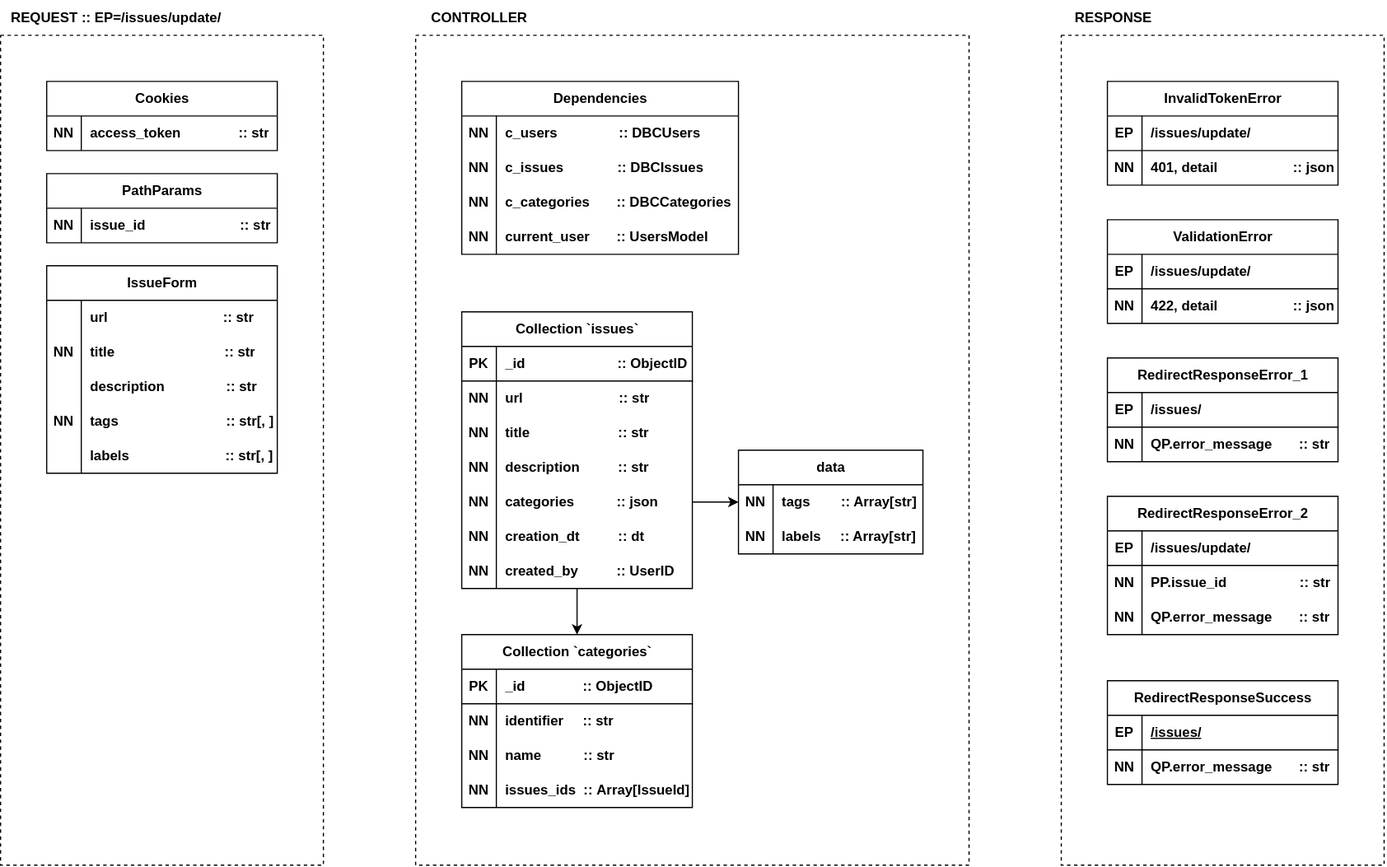
Above: contributors/issues/update/post/Diagram-Update.drawio.svg in ames0k0/Ticket (draw.io), before the change. Source tidied: cells renumbered, new cells last; positions are measured from the earlier drawing's top-left corner, leaving out a move shared by most shapes.
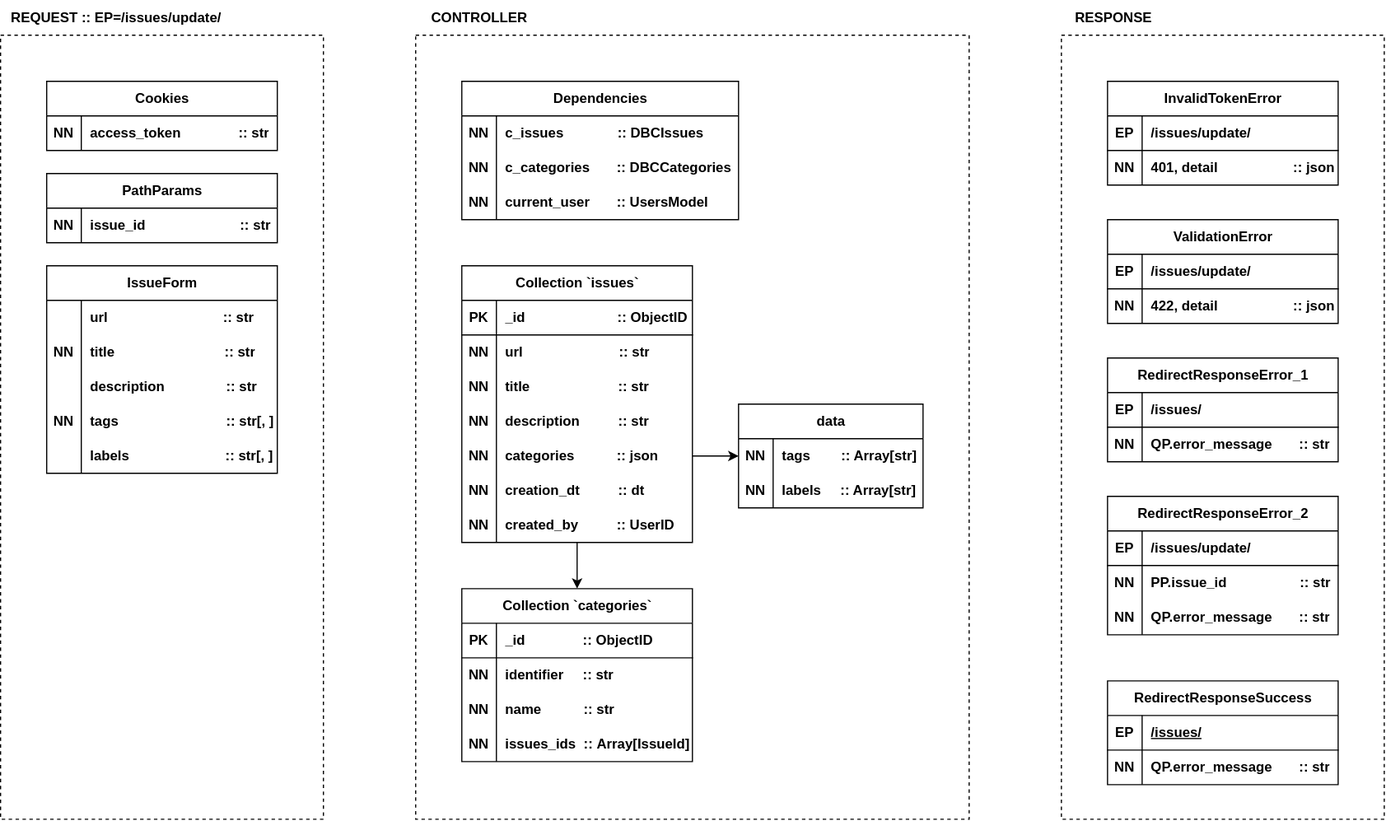
Above is the later version.

Diff of the diagram source:
```diff
@@ -54,7 +54,7 @@
       <mxGeometry relative="1" as="geometry" />
     </mxCell>
     <mxCell id="19" value="Collection `issues`" style="shape=table;startSize=30;rowLines=0;fontStyle=1;align=center;html=1;" parent="1" vertex="1">
-      <mxGeometry x="400" y="270" width="200" height="240" as="geometry" />
+      <mxGeometry x="400" y="230" width="200" height="240" as="geometry" />
     </mxCell>
     <mxCell id="20" style="shape=tableRow;horizontal=0;startSize=0;swimlaneHead=0;swimlaneBody=0;fillColor=none;top=0;left=0;right=0;bottom=1;" parent="19" vertex="1">
       <mxGeometry y="30" width="200" height="30" as="geometry" />
@@ -120,7 +120,7 @@
       <mxGeometry x="30" width="170" height="30" as="geometry" />
     </mxCell>
     <mxCell id="41" value="data" style="shape=table;startSize=30;rowLines=0;fontStyle=1;align=center;html=1;" parent="1" vertex="1">
-      <mxGeometry x="640" y="390" width="160" height="90" as="geometry" />
+      <mxGeometry x="640" y="350" width="160" height="90" as="geometry" />
     </mxCell>
     <mxCell id="42" style="shape=tableRow;horizontal=0;startSize=0;swimlaneHead=0;swimlaneBody=0;fillColor=none;top=0;left=0;right=0;bottom=0;" parent="41" vertex="1">
       <mxGeometry y="30" width="160" height="30" as="geometry" />
@@ -144,7 +144,7 @@
       <mxGeometry relative="1" as="geometry" />
     </mxCell>
     <mxCell id="49" value="Collection `categories`" style="shape=table;startSize=30;rowLines=0;fontStyle=1;align=center;html=1;" parent="1" vertex="1">
-      <mxGeometry x="400" y="550" width="200" height="150" as="geometry" />
+      <mxGeometry x="400" y="510" width="200" height="150" as="geometry" />
     </mxCell>
     <mxCell id="50" style="shape=tableRow;horizontal=0;startSize=0;swimlaneHead=0;swimlaneBody=0;fillColor=none;top=0;left=0;right=0;bottom=1;" parent="49" vertex="1">
       <mxGeometry y="30" width="200" height="30" as="geometry" />
@@ -230,8 +230,8 @@
         <mxPoint y="30" as="targetPoint" />
         <Array as="points">
           <mxPoint x="280" y="30" />
-          <mxPoint x="280" y="750" />
-          <mxPoint y="750" />
+          <mxPoint x="280" y="710" />
+          <mxPoint y="710" />
         </Array>
       </mxGeometry>
     </mxCell>
@@ -241,8 +241,8 @@
         <mxPoint x="360" y="30" as="targetPoint" />
         <Array as="points">
           <mxPoint x="840" y="30" />
-          <mxPoint x="840" y="750" />
-          <mxPoint x="360" y="750" />
+          <mxPoint x="840" y="710" />
+          <mxPoint x="360" y="710" />
         </Array>
       </mxGeometry>
     </mxCell>
@@ -255,8 +255,8 @@
         <mxPoint x="920" y="30" as="targetPoint" />
         <Array as="points">
           <mxPoint x="1200" y="30" />
-          <mxPoint x="1200" y="750" />
-          <mxPoint x="920" y="750" />
+          <mxPoint x="1200" y="710" />
+          <mxPoint x="920" y="710" />
         </Array>
       </mxGeometry>
     </mxCell>
@@ -333,19 +333,10 @@
       <mxGeometry x="30" width="170" height="30" as="geometry" />
     </mxCell>
     <mxCell id="104" value="Dependencies" style="shape=table;startSize=30;rowLines=0;fontStyle=1;align=center;html=1;" parent="1" vertex="1">
-      <mxGeometry x="400" y="70" width="240" height="150" as="geometry" />
+      <mxGeometry x="400" y="70" width="240" height="120" as="geometry" />
     </mxCell>
-    <mxCell id="105" style="shape=tableRow;horizontal=0;startSize=0;swimlaneHead=0;swimlaneBody=0;fillColor=none;top=0;left=0;right=0;bottom=0;" parent="104" vertex="1">
-      <mxGeometry y="30" width="240" height="30" as="geometry" />
-    </mxCell>
-    <mxCell id="106" value="&lt;b&gt;NN&lt;/b&gt;" style="shape=partialRectangle;fillColor=none;top=0;left=0;bottom=0;right=0;overflow=hidden;whiteSpace=wrap;html=1;" parent="105" vertex="1">
-      <mxGeometry width="30" height="30" as="geometry" />
-    </mxCell>
-    <mxCell id="107" value="c_users&amp;nbsp; &amp;nbsp; &amp;nbsp; &amp;nbsp; &amp;nbsp; &amp;nbsp; &amp;nbsp; &amp;nbsp; :: DBCUsers" style="shape=partialRectangle;fillColor=none;top=0;left=0;bottom=0;right=0;align=left;spacingLeft=6;overflow=hidden;whiteSpace=wrap;html=1;fontStyle=1;" parent="105" vertex="1">
-      <mxGeometry x="30" width="210" height="30" as="geometry" />
-    </mxCell>
     <mxCell id="108" style="shape=tableRow;horizontal=0;startSize=0;swimlaneHead=0;swimlaneBody=0;fillColor=none;top=0;left=0;right=0;bottom=0;" parent="104" vertex="1">
-      <mxGeometry y="60" width="240" height="30" as="geometry" />
+      <mxGeometry y="30" width="240" height="30" as="geometry" />
     </mxCell>
     <mxCell id="109" value="&lt;b&gt;NN&lt;/b&gt;" style="shape=partialRectangle;fillColor=none;top=0;left=0;bottom=0;right=0;overflow=hidden;whiteSpace=wrap;html=1;" parent="108" vertex="1">
       <mxGeometry width="30" height="30" as="geometry" />
@@ -354,7 +345,7 @@
       <mxGeometry x="30" width="210" height="30" as="geometry" />
     </mxCell>
     <mxCell id="111" style="shape=tableRow;horizontal=0;startSize=0;swimlaneHead=0;swimlaneBody=0;fillColor=none;top=0;left=0;right=0;bottom=0;" parent="104" vertex="1">
-      <mxGeometry y="90" width="240" height="30" as="geometry" />
+      <mxGeometry y="60" width="240" height="30" as="geometry" />
     </mxCell>
     <mxCell id="112" value="&lt;b&gt;NN&lt;/b&gt;" style="shape=partialRectangle;fillColor=none;top=0;left=0;bottom=0;right=0;overflow=hidden;whiteSpace=wrap;html=1;" parent="111" vertex="1">
       <mxGeometry width="30" height="30" as="geometry" />
@@ -363,7 +354,7 @@
       <mxGeometry x="30" width="210" height="30" as="geometry" />
     </mxCell>
     <mxCell id="114" style="shape=tableRow;horizontal=0;startSize=0;swimlaneHead=0;swimlaneBody=0;fillColor=none;top=0;left=0;right=0;bottom=0;" parent="104" vertex="1">
-      <mxGeometry y="120" width="240" height="30" as="geometry" />
+      <mxGeometry y="90" width="240" height="30" as="geometry" />
     </mxCell>
     <mxCell id="115" value="NN" style="shape=partialRectangle;fillColor=none;top=0;left=0;bottom=0;right=0;overflow=hidden;whiteSpace=wrap;html=1;fontStyle=1;" parent="114" vertex="1">
       <mxGeometry width="30" height="30" as="geometry" />
```
